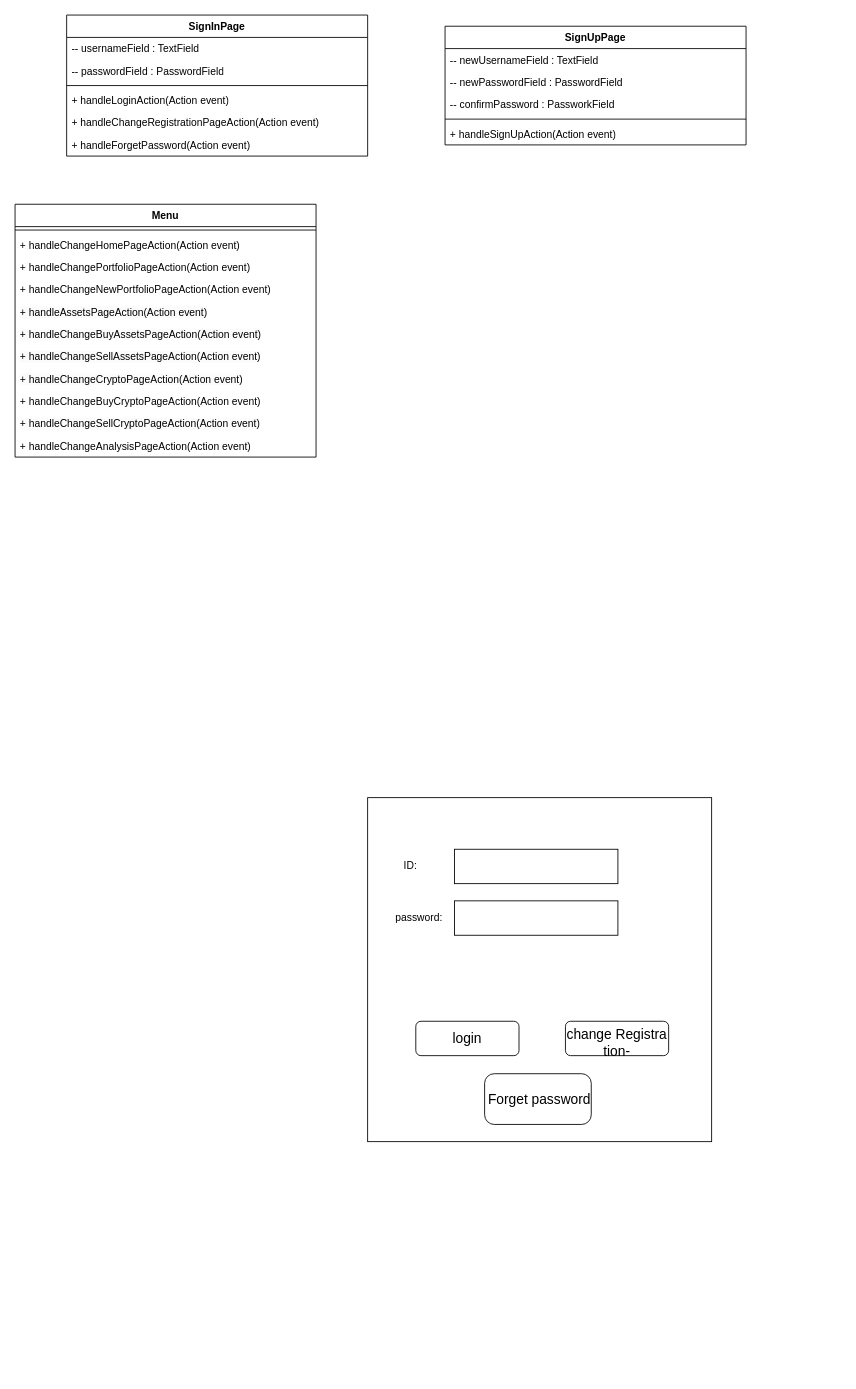
cyang2001/projectJava keeps this draw.io diagram as demo/documents/analysises/bussness process/V2.0/UI.drawio. Above is the earlier version. Source tidied: cells renumbered, new cells numbered last; positions are measured from the earlier drawing's top-left corner, leaving out a move shared by most shapes. Both pictures are drawn from the tidied source at 86%, with x=0, y=0 at pixel (15, 15).
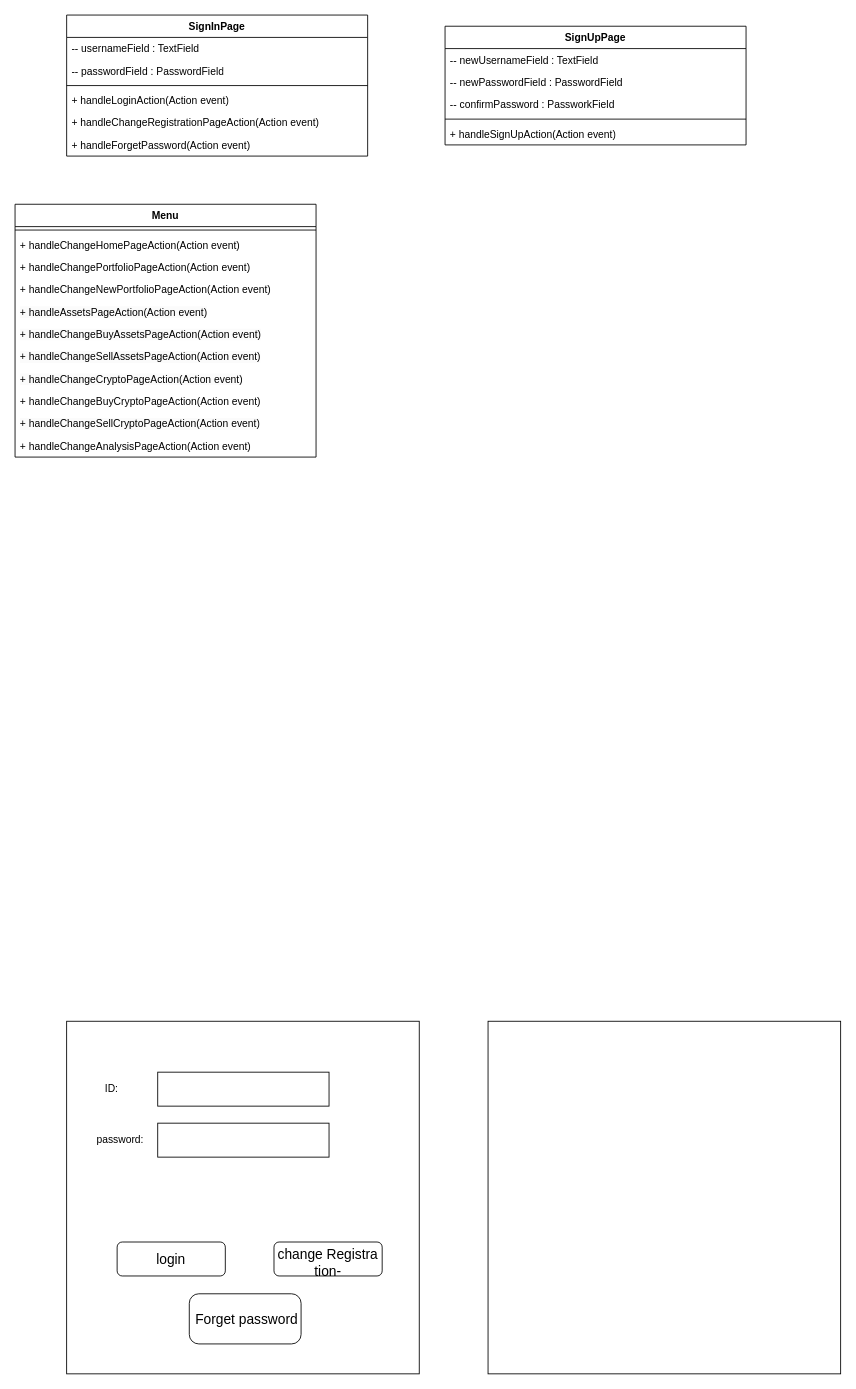
Above is the later version.

The edit, as a diff of the source:
```diff
@@
     <mxCell id="27" style="group;" parent="1" vertex="1">
-      <mxGeometry x="410" y="910" width="400" height="400" as="geometry" />
+      <mxGeometry x="60" y="1170" width="430" height="410" as="geometry" />
     </mxCell>
     <mxCell id="28" style="whiteSpace=wrap;html=1;" parent="27" vertex="1">
-      <mxGeometry width="400" height="400" as="geometry" />
+      <mxGeometry width="410" height="410" as="geometry" />
     </mxCell>
     <mxCell id="29" style="rounded=1;whiteSpace=wrap;html=1;" parent="27" vertex="1">
-      <mxGeometry x="56" y="260" width="120" height="40" as="geometry" />
+      <mxGeometry x="58.7" y="256.7" width="125.8" height="39.5" as="geometry" />
     </mxCell>
     <mxCell id="30" style="rounded=1;whiteSpace=wrap;html=1;" parent="27" vertex="1">
-      <mxGeometry x="230" y="260" width="120" height="40" as="geometry" />
+      <mxGeometry x="241.1" y="256.7" width="125.8" height="39.5" as="geometry" />
     </mxCell>
     <mxCell id="31" style="rounded=1;whiteSpace=wrap;html=1;arcSize=19;" parent="27" vertex="1">
-      <mxGeometry x="136" y="321" width="124" height="59" as="geometry" />
+      <mxGeometry x="142.6" y="316.9" width="130" height="58.3" as="geometry" />
     </mxCell>
     <mxCell id="32" style="rounded=0;whiteSpace=wrap;html=1;" parent="27" vertex="1">
-      <mxGeometry x="101" y="60" width="190" height="40" as="geometry" />
+      <mxGeometry x="105.9" y="59.2" width="199.2" height="39.5" as="geometry" />
     </mxCell>
     <mxCell id="33" style="rounded=0;whiteSpace=wrap;html=1;" parent="27" vertex="1">
-      <mxGeometry x="101" y="120" width="190" height="40" as="geometry" />
+      <mxGeometry x="105.9" y="118.5" width="199.2" height="39.5" as="geometry" />
     </mxCell>
     <mxCell id="34" value="ID:" style="text;html=1;strokeColor=none;fillColor=none;align=center;verticalAlign=middle;whiteSpace=wrap;rounded=0;" parent="27" vertex="1">
-      <mxGeometry x="20" y="65" width="60" height="30" as="geometry" />
+      <mxGeometry x="21" y="64.2" width="62.9" height="29.6" as="geometry" />
     </mxCell>
     <mxCell id="35" value="password:" style="text;html=1;strokeColor=none;fillColor=none;align=center;verticalAlign=middle;whiteSpace=wrap;rounded=0;" parent="27" vertex="1">
-      <mxGeometry x="30" y="125" width="60" height="30" as="geometry" />
+      <mxGeometry x="31.4" y="123.4" width="62.9" height="29.6" as="geometry" />
     </mxCell>
     <mxCell id="36" value="login" style="text;strokeColor=none;fillColor=none;html=1;align=center;verticalAlign=middle;whiteSpace=wrap;rounded=0;fontSize=16;" parent="27" vertex="1">
-      <mxGeometry x="86" y="255" width="60" height="50" as="geometry" />
+      <mxGeometry x="90.1" y="251.8" width="62.9" height="49.4" as="geometry" />
     </mxCell>
     <mxCell id="37" value="change Registra&lt;br&gt;tion-" style="text;strokeColor=none;fillColor=none;html=1;align=center;verticalAlign=middle;whiteSpace=wrap;rounded=0;fontSize=16;" parent="27" vertex="1">
-      <mxGeometry x="230" y="265" width="120" height="40" as="geometry" />
+      <mxGeometry x="241.1" y="261.7" width="125.8" height="39.5" as="geometry" />
     </mxCell>
     <mxCell id="38" value="Forget password" style="text;strokeColor=none;fillColor=none;html=1;align=center;verticalAlign=middle;whiteSpace=wrap;rounded=0;fontSize=16;" parent="27" vertex="1">
-      <mxGeometry x="125" y="350" width="150" as="geometry" />
+      <mxGeometry x="131" y="345.6" width="157.2" as="geometry" />
     </mxCell>
+    <mxCell id="39" style="text;strokeColor=none;fillColor=none;html=1;align=center;verticalAlign=middle;whiteSpace=wrap;rounded=0;fontSize=16;" parent="27" vertex="1">
+      <mxGeometry x="146.7" y="24.6" width="136.3" height="49.4" as="geometry" />
+    </mxCell>
+    <mxCell id="40" style="rounded=0;whiteSpace=wrap;html=1;fontSize=16;" parent="1" vertex="1">
+      <mxGeometry x="550" y="1170" width="410" height="410" as="geometry" />
+    </mxCell>
```
